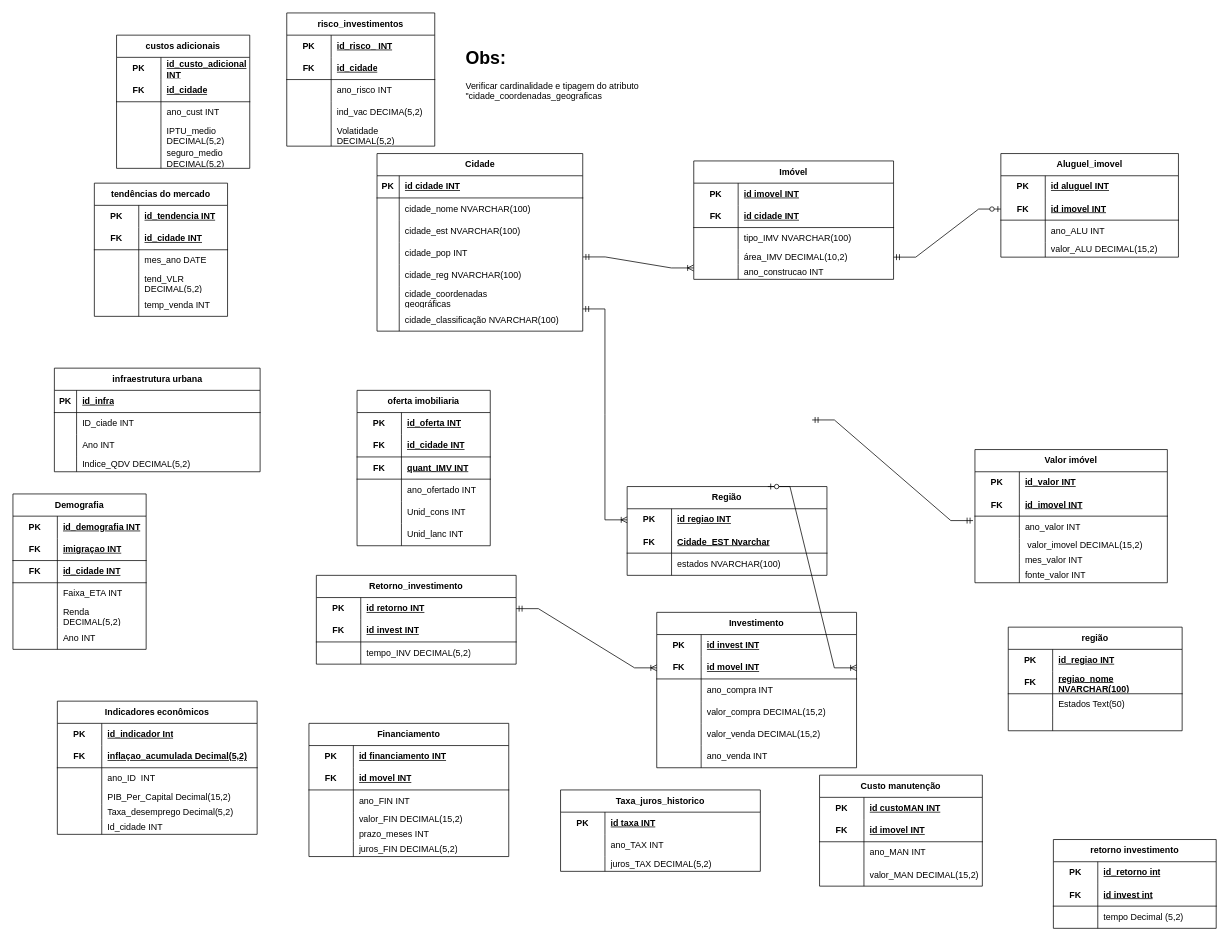
Guilherme22B/Group_by keeps this draw.io diagram as GroupBy.drawio. Above is the earlier version. Source tidied: cells renumbered, new cells numbered last; positions are measured from the earlier drawing's top-left corner, leaving out a move shared by most shapes. Both pictures are drawn from the tidied source at 74%, with x=0, y=0 at pixel (13, 13).
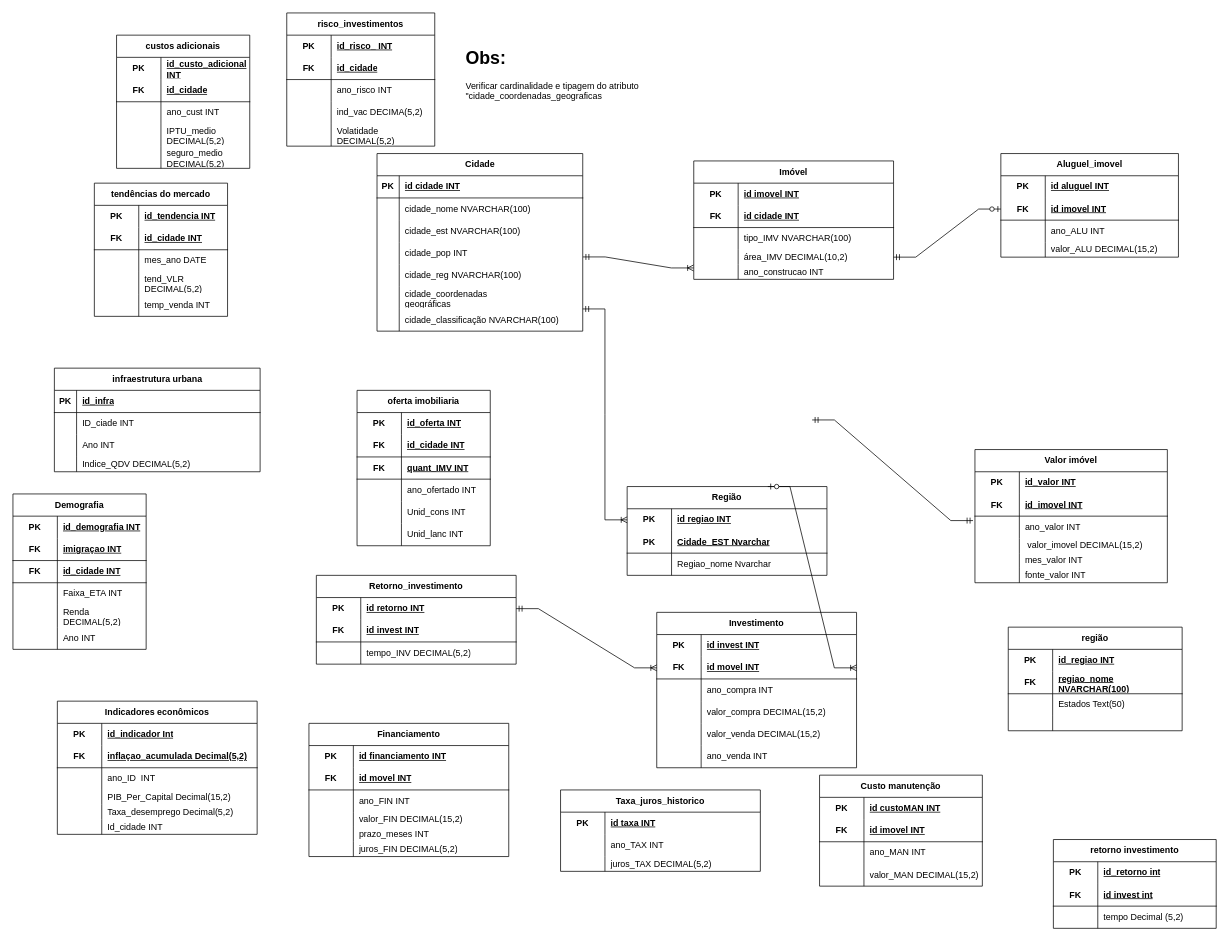
The same page after the edit.

Commit message:
tabela9 e 10 alterada

The change refers to these unchanged cells:
```xml
<mxCell id="149" style="shape=tableRow;horizontal=0;startSize=0;swimlaneHead=0;swimlaneBody=0;fillColor=none;top=0;left=0;right=0;bottom=1;html=1;" parent="145" vertex="1">
  <mxGeometry y="60" width="270" height="30" as="geometry" />
</mxCell>
<mxCell id="152" style="shape=tableRow;horizontal=0;startSize=0;swimlaneHead=0;swimlaneBody=0;fillColor=none;top=0;left=0;right=0;bottom=0;html=1;" parent="145" vertex="1">
  <mxGeometry y="90" width="270" height="30" as="geometry" />
</mxCell>
```

Change to the diagram source:
```diff
@@
-    <mxCell id="150" value="FK" style="shape=partialRectangle;fillColor=none;top=0;left=0;bottom=0;right=0;fontStyle=1;overflow=hidden;html=1;whiteSpace=wrap;" parent="149" vertex="1">
+    <mxCell id="150" value="PK" style="shape=partialRectangle;fillColor=none;top=0;left=0;bottom=0;right=0;fontStyle=1;overflow=hidden;html=1;whiteSpace=wrap;" parent="149" vertex="1">
       <mxGeometry width="60" height="30" as="geometry" />
     </mxCell>
@@
-    <mxCell id="154" value="estados NVARCHAR(100)" style="shape=partialRectangle;fillColor=none;top=0;left=0;bottom=0;right=0;align=left;spacingLeft=6;overflow=hidden;html=1;whiteSpace=wrap;" parent="152" vertex="1">
+    <mxCell id="154" value="Regiao_nome Nvarchar" style="shape=partialRectangle;fillColor=none;top=0;left=0;bottom=0;right=0;align=left;spacingLeft=6;overflow=hidden;html=1;whiteSpace=wrap;" parent="152" vertex="1">
       <mxGeometry x="60" width="210" height="30" as="geometry" />
     </mxCell>
```
